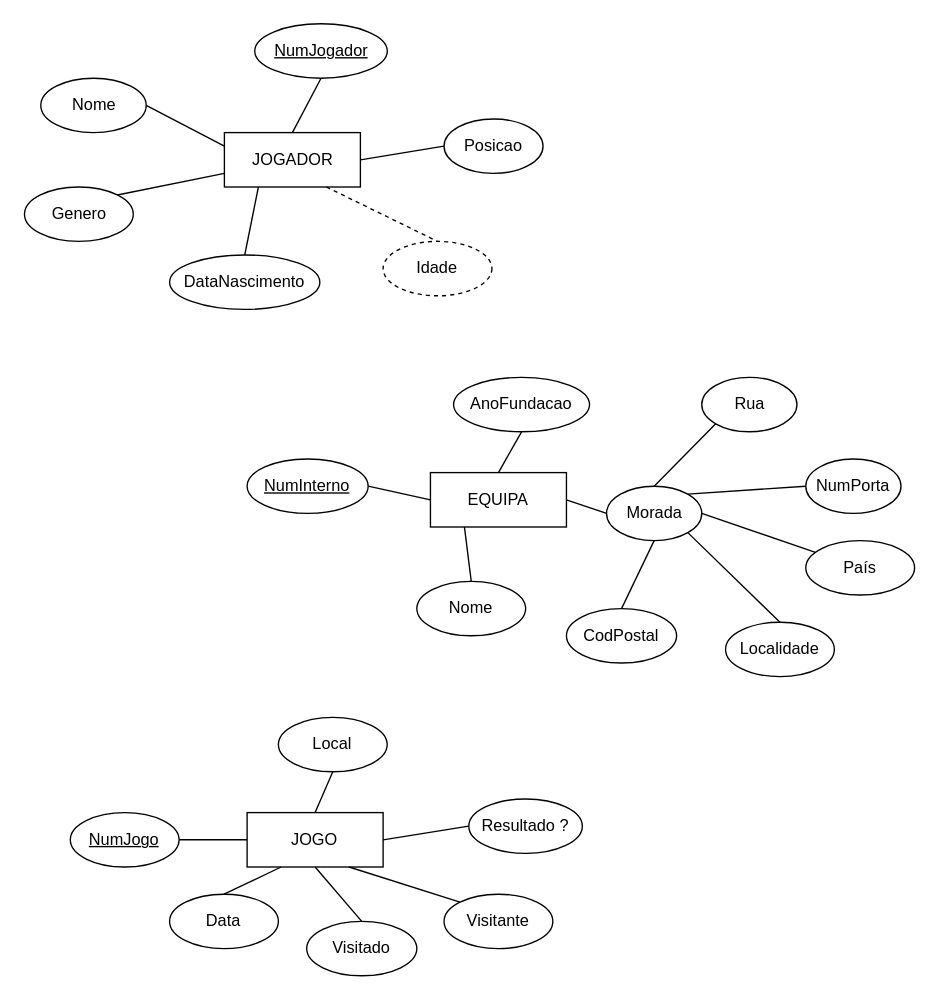
Above: DiagramaFutebol.drawio in VascoMatos/diagramas (draw.io), before the change. Source tidied: cells renumbered, new cells numbered last; positions are measured from the earlier drawing's top-left corner, leaving out a move shared by most shapes. Both pictures are drawn from the tidied source at 136%, with x=0, y=0 at pixel (23, 23).
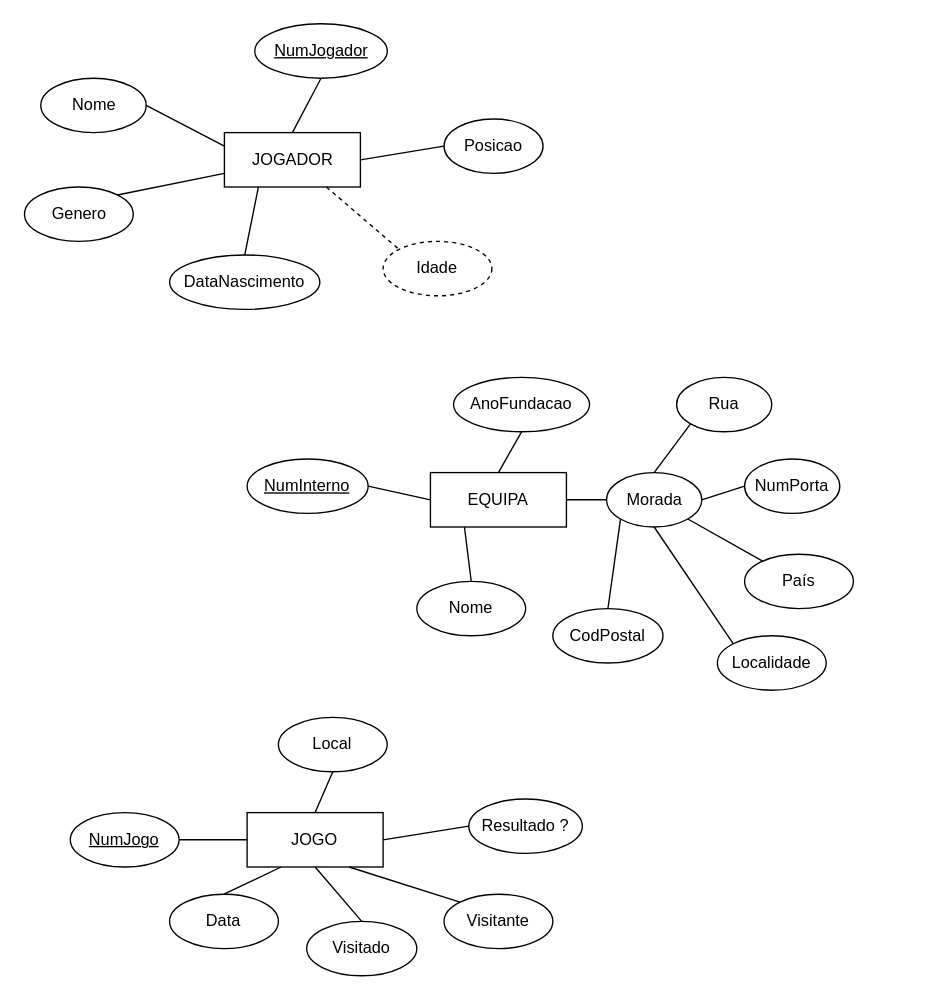
The same diagram, later.

Unchanged cells that the change refers to:
```xml
<mxCell id="33" value="JOGADOR" style="whiteSpace=wrap;html=1;align=center;" parent="1" vertex="1">
  <mxGeometry x="147.5" y="80" width="100" height="40" as="geometry" />
</mxCell>
<mxCell id="42" value="Idade" style="ellipse;whiteSpace=wrap;html=1;align=center;dashed=1;" parent="1" vertex="1">
  <mxGeometry x="264.2" y="160" width="80" height="40" as="geometry" />
</mxCell>
```

Diff of the diagram source:
```diff
@@
     <mxCell id="7" value="Morada" style="ellipse;whiteSpace=wrap;html=1;align=center;" parent="1" vertex="1">
-      <mxGeometry x="428.5" y="340" width="70" height="40" as="geometry" />
+      <mxGeometry x="428.5" y="330" width="70" height="40" as="geometry" />
     </mxCell>
@@
     <mxCell id="10" value="Rua" style="ellipse;whiteSpace=wrap;html=1;align=center;" parent="1" vertex="1">
-      <mxGeometry x="498.5" y="260" width="70" height="40" as="geometry" />
+      <mxGeometry x="480" y="260" width="70" height="40" as="geometry" />
     </mxCell>
     <mxCell id="11" value="NumPorta" style="ellipse;whiteSpace=wrap;html=1;align=center;" parent="1" vertex="1">
-      <mxGeometry x="575" y="320" width="70" height="40" as="geometry" />
+      <mxGeometry x="530" y="320" width="70" height="40" as="geometry" />
     </mxCell>
     <mxCell id="12" value="País" style="ellipse;whiteSpace=wrap;html=1;align=center;" parent="1" vertex="1">
-      <mxGeometry x="575" y="380" width="80" height="40" as="geometry" />
+      <mxGeometry x="530" y="390" width="80" height="40" as="geometry" />
     </mxCell>
     <mxCell id="13" value="Localidade" style="ellipse;whiteSpace=wrap;html=1;align=center;" parent="1" vertex="1">
-      <mxGeometry x="516" y="440" width="80" height="40" as="geometry" />
+      <mxGeometry x="510" y="450" width="80" height="40" as="geometry" />
     </mxCell>
     <mxCell id="14" value="CodPostal" style="ellipse;whiteSpace=wrap;html=1;align=center;" parent="1" vertex="1">
-      <mxGeometry x="399" y="430" width="81" height="40" as="geometry" />
+      <mxGeometry x="389" y="430" width="81" height="40" as="geometry" />
     </mxCell>
@@
-    <mxCell id="16" style="endArrow=none;html=1;rounded=0;exitX=0;exitY=0.5;exitDx=0;exitDy=0;entryX=1;entryY=0;entryDx=0;entryDy=0;" parent="1" edge="1" source="11" target="7">
+    <mxCell id="16" style="endArrow=none;html=1;rounded=0;exitX=0;exitY=0.5;exitDx=0;exitDy=0;entryX=1;entryY=0.5;entryDx=0;entryDy=0;" parent="1" edge="1" source="11" target="7">
       <mxGeometry relative="1" as="geometry" />
     </mxCell>
-    <mxCell id="17" style="endArrow=none;html=1;rounded=0;entryX=1;entryY=0.5;entryDx=0;entryDy=0;" parent="1" edge="1" source="12" target="7">
+    <mxCell id="17" style="endArrow=none;html=1;rounded=0;entryX=1;entryY=1;entryDx=0;entryDy=0;" parent="1" edge="1" source="12" target="7">
       <mxGeometry relative="1" as="geometry" />
     </mxCell>
-    <mxCell id="18" style="endArrow=none;html=1;rounded=0;exitX=0.5;exitY=0;exitDx=0;exitDy=0;entryX=1;entryY=1;entryDx=0;entryDy=0;" parent="1" edge="1" source="13" target="7">
+    <mxCell id="18" style="endArrow=none;html=1;rounded=0;exitX=0;exitY=0;exitDx=0;exitDy=0;entryX=0.5;entryY=1;entryDx=0;entryDy=0;" parent="1" edge="1" source="13" target="7">
       <mxGeometry relative="1" as="geometry" />
     </mxCell>
-    <mxCell id="19" style="endArrow=none;html=1;rounded=0;exitX=0.5;exitY=0;exitDx=0;exitDy=0;entryX=0.5;entryY=1;entryDx=0;entryDy=0;" parent="1" edge="1" source="14" target="7">
+    <mxCell id="19" style="endArrow=none;html=1;rounded=0;exitX=0.5;exitY=0;exitDx=0;exitDy=0;entryX=0;entryY=1;entryDx=0;entryDy=0;" parent="1" edge="1" source="14" target="7">
       <mxGeometry relative="1" as="geometry" />
     </mxCell>
@@
-    <mxCell id="43" style="endArrow=none;html=1;rounded=0;dashed=1;entryX=0.5;entryY=0;entryDx=0;entryDy=0;exitX=0.75;exitY=1;exitDx=0;exitDy=0;jumpSize=6;" parent="1" edge="1" source="33" target="42">
+    <mxCell id="43" style="endArrow=none;html=1;rounded=0;dashed=1;entryX=0;entryY=0;entryDx=0;entryDy=0;exitX=0.75;exitY=1;exitDx=0;exitDy=0;jumpSize=6;" parent="1" edge="1" source="33" target="42">
       <mxGeometry relative="1" as="geometry" />
     </mxCell>
```
